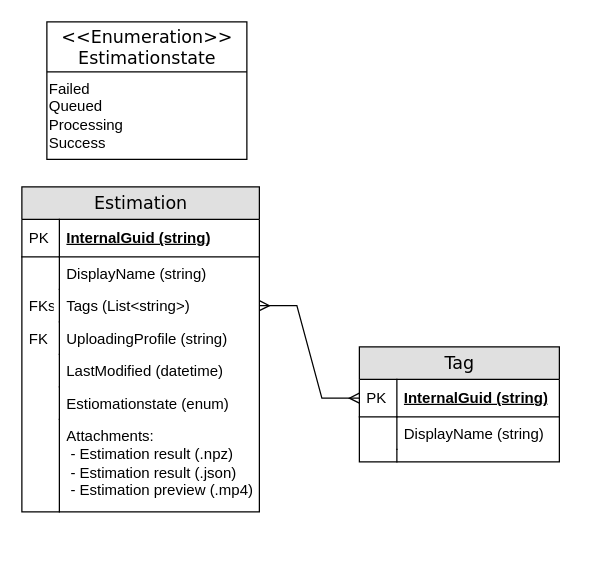
Before: Docs/Draw.Io/DatabaseStructure.drawio in fierc3/poseify, a draw.io diagram. Source tidied: cells renumbered, new cells numbered last; positions are measured from the earlier drawing's top-left corner, leaving out a move shared by most shapes. Both pictures are drawn from the tidied source at 125%, with x=0, y=0 at pixel (21, 21).
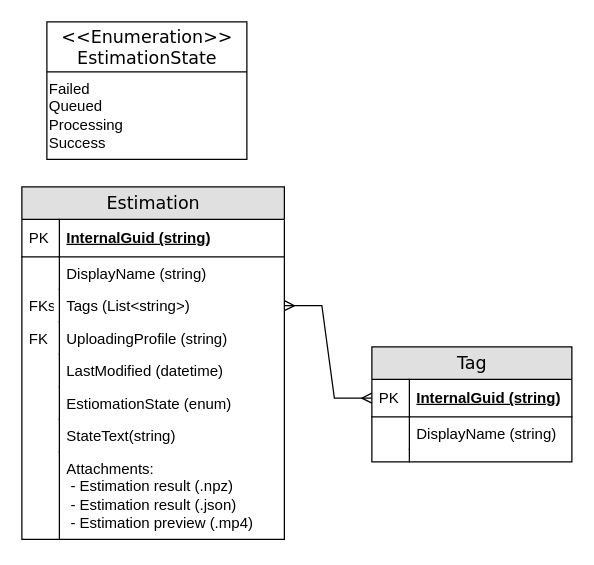
The same diagram, later.

Commit message:
StateText and typo fix

Change to the diagram source:
```diff
@@
     <mxCell id="2" value="Tag" style="swimlane;html=1;fontStyle=0;horizontal=1;startSize=26;fillColor=#e0e0e0;swimlaneFillColor=#ffffff;align=center;rounded=0;shadow=0;comic=0;labelBackgroundColor=none;strokeWidth=1;fontFamily=Verdana;fontSize=14;swimlaneLine=1;" parent="1" vertex="1">
-      <mxGeometry x="270" y="260" width="160" height="92" as="geometry" />
+      <mxGeometry x="280" y="260" width="160" height="92" as="geometry" />
     </mxCell>
@@
     <mxCell id="9" value="Estimation" style="swimlane;html=1;fontStyle=0;horizontal=1;startSize=26;fillColor=#e0e0e0;swimlaneFillColor=#ffffff;align=center;rounded=0;shadow=0;comic=0;labelBackgroundColor=none;strokeWidth=1;fontFamily=Verdana;fontSize=14;" parent="1" vertex="1">
-      <mxGeometry y="132" width="190" height="260" as="geometry" />
+      <mxGeometry y="132" width="210" height="282" as="geometry" />
     </mxCell>
     <mxCell id="10" value="InternalGuid (string)" style="shape=partialRectangle;top=0;left=0;right=0;bottom=1;html=1;align=left;verticalAlign=middle;fillColor=none;spacingLeft=34;spacingRight=4;whiteSpace=wrap;overflow=hidden;fontStyle=5;" parent="9" vertex="1">
-      <mxGeometry y="26" width="190" height="30" as="geometry" />
+      <mxGeometry y="26" width="210" height="30" as="geometry" />
     </mxCell>
@@
     <mxCell id="12" value="DisplayName (string)" style="shape=partialRectangle;top=0;left=0;right=0;bottom=0;html=1;align=left;verticalAlign=top;fillColor=none;spacingLeft=34;spacingRight=4;whiteSpace=wrap;overflow=hidden;" parent="9" vertex="1">
-      <mxGeometry y="56" width="190" height="26" as="geometry" />
+      <mxGeometry y="56" width="210" height="26" as="geometry" />
     </mxCell>
@@
     <mxCell id="14" value="Tags (List&amp;lt;string&amp;gt;)" style="shape=partialRectangle;top=0;left=0;right=0;bottom=0;html=1;align=left;verticalAlign=top;fillColor=none;spacingLeft=34;spacingRight=4;whiteSpace=wrap;overflow=hidden;points=[[0,0.5],[1,0.5]];portConstraint=eastwest;" parent="9" vertex="1">
-      <mxGeometry y="82" width="190" height="26" as="geometry" />
+      <mxGeometry y="82" width="210" height="26" as="geometry" />
     </mxCell>
@@
     <mxCell id="16" value="UploadingProfile (string)" style="shape=partialRectangle;top=0;left=0;right=0;bottom=0;html=1;align=left;verticalAlign=top;fillColor=none;spacingLeft=34;spacingRight=4;whiteSpace=wrap;overflow=hidden;" parent="9" vertex="1">
-      <mxGeometry y="108" width="190" height="26" as="geometry" />
+      <mxGeometry y="108" width="210" height="26" as="geometry" />
     </mxCell>
@@
     <mxCell id="18" value="LastModified (datetime)" style="shape=partialRectangle;top=0;left=0;right=0;bottom=0;html=1;align=left;verticalAlign=top;fillColor=none;spacingLeft=34;spacingRight=4;whiteSpace=wrap;overflow=hidden;" parent="9" vertex="1">
-      <mxGeometry y="134" width="190" height="26" as="geometry" />
+      <mxGeometry y="134" width="210" height="26" as="geometry" />
     </mxCell>
@@
-    <mxCell id="20" value="Estiomationstate (enum)" style="shape=partialRectangle;top=0;left=0;right=0;bottom=0;html=1;align=left;verticalAlign=top;fillColor=none;spacingLeft=34;spacingRight=4;whiteSpace=wrap;overflow=hidden;" parent="9" vertex="1">
-      <mxGeometry y="160" width="190" height="26" as="geometry" />
+    <mxCell id="20" value="EstiomationState (enum)&lt;span style=&quot;white-space: pre;&quot;&gt; &lt;/span&gt;" style="shape=partialRectangle;top=0;left=0;right=0;bottom=0;html=1;align=left;verticalAlign=top;fillColor=none;spacingLeft=34;spacingRight=4;whiteSpace=wrap;overflow=hidden;" parent="9" vertex="1">
+      <mxGeometry y="160" width="210" height="26" as="geometry" />
     </mxCell>
@@
+    <mxCell id="27" value="StateText(string)" style="shape=partialRectangle;top=0;left=0;right=0;bottom=0;html=1;align=left;verticalAlign=top;fillColor=none;spacingLeft=34;spacingRight=4;whiteSpace=wrap;overflow=hidden;" parent="9" vertex="1">
+      <mxGeometry y="186" width="210" height="26" as="geometry" />
+    </mxCell>
+    <mxCell id="28" style="shape=partialRectangle;top=0;left=0;bottom=0;html=1;fillColor=none;align=left;verticalAlign=top;spacingLeft=4;spacingRight=4;whiteSpace=wrap;overflow=hidden;" parent="27" vertex="1">
+      <mxGeometry width="30" height="26" as="geometry" />
+    </mxCell>
     <mxCell id="22" value="Attachments:&lt;br&gt;&amp;nbsp;- Estimation result (.npz)&lt;br&gt;&amp;nbsp;- Estimation result (.json)&lt;br&gt;&amp;nbsp;- Estimation preview (.mp4)" style="shape=partialRectangle;top=0;left=0;right=0;bottom=0;html=1;align=left;verticalAlign=top;fillColor=none;spacingLeft=34;spacingRight=4;whiteSpace=wrap;overflow=hidden;" parent="9" vertex="1">
-      <mxGeometry y="186" width="190" height="74" as="geometry" />
+      <mxGeometry y="212" width="210" height="70" as="geometry" />
     </mxCell>
     <mxCell id="23" style="shape=partialRectangle;top=0;left=0;bottom=0;html=1;fillColor=none;align=left;verticalAlign=top;spacingLeft=4;spacingRight=4;whiteSpace=wrap;overflow=hidden;" parent="22" vertex="1">
-      <mxGeometry width="30" height="74" as="geometry" />
+      <mxGeometry width="30" height="70" as="geometry" />
     </mxCell>
@@
-    <mxCell id="25" value="&amp;lt;&amp;lt;Enumeration&amp;gt;&amp;gt;&lt;br&gt;Estimationstate" style="swimlane;html=1;fontStyle=0;horizontal=1;startSize=40;fillColor=#FFFFFF;swimlaneFillColor=#ffffff;align=center;rounded=0;shadow=0;comic=0;labelBackgroundColor=none;strokeWidth=1;fontFamily=Verdana;fontSize=14;swimlaneLine=1;" parent="1" vertex="1">
+    <mxCell id="25" value="&amp;lt;&amp;lt;Enumeration&amp;gt;&amp;gt;&lt;br&gt;EstimationState" style="swimlane;html=1;fontStyle=0;horizontal=1;startSize=40;fillColor=#FFFFFF;swimlaneFillColor=#ffffff;align=center;rounded=0;shadow=0;comic=0;labelBackgroundColor=none;strokeWidth=1;fontFamily=Verdana;fontSize=14;swimlaneLine=1;" parent="1" vertex="1">
       <mxGeometry x="20" width="160" height="110" as="geometry" />
     </mxCell>
```
